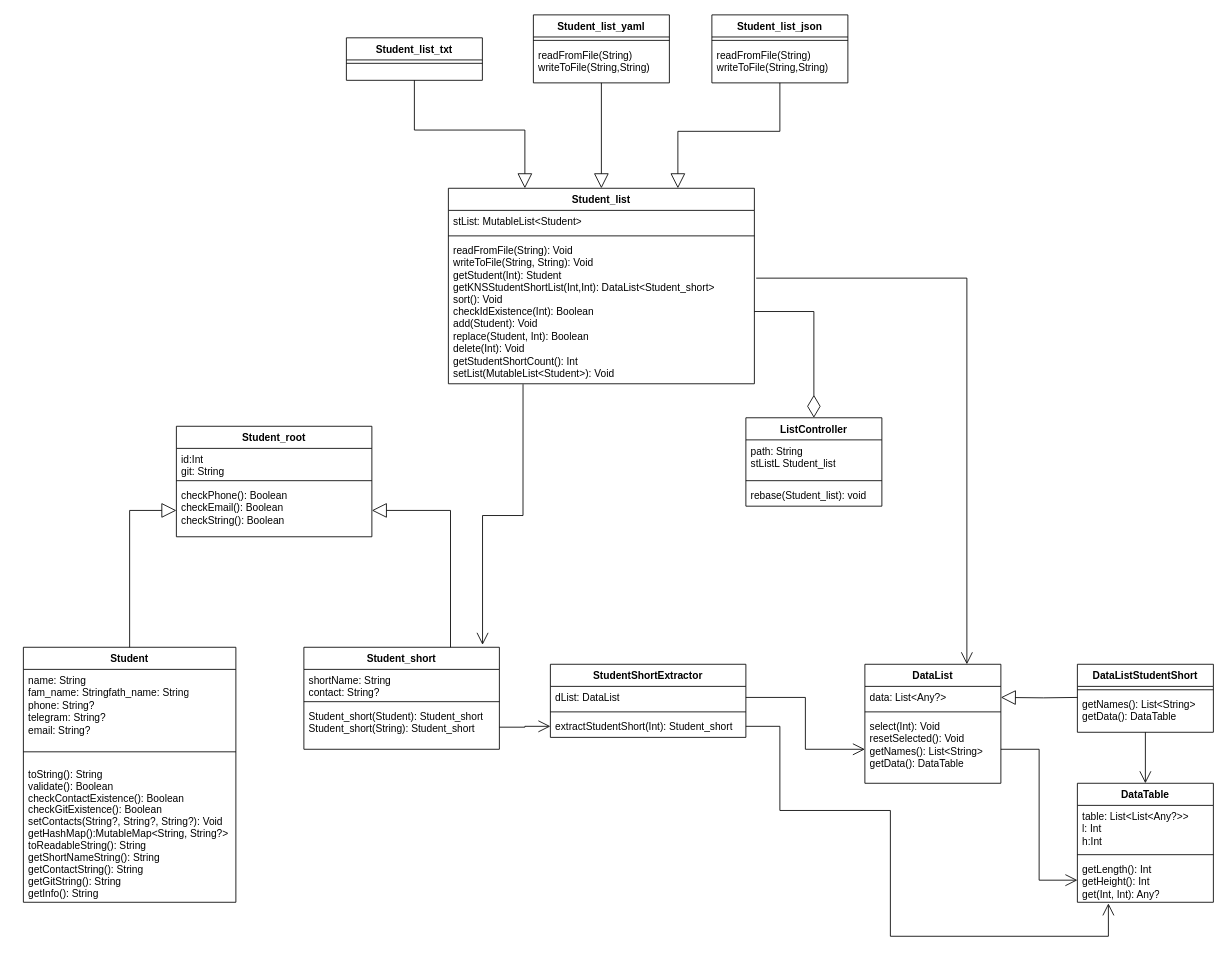
The draw.io diagram Diagram.drawio in Nakoren/Study-patterns, before the edit. Source tidied: cells renumbered, new cells numbered last; positions are measured from the earlier drawing's top-left corner, leaving out a move shared by most shapes. Both pictures are drawn from the tidied source at 85%, with x=0, y=0 at pixel (23, 14).
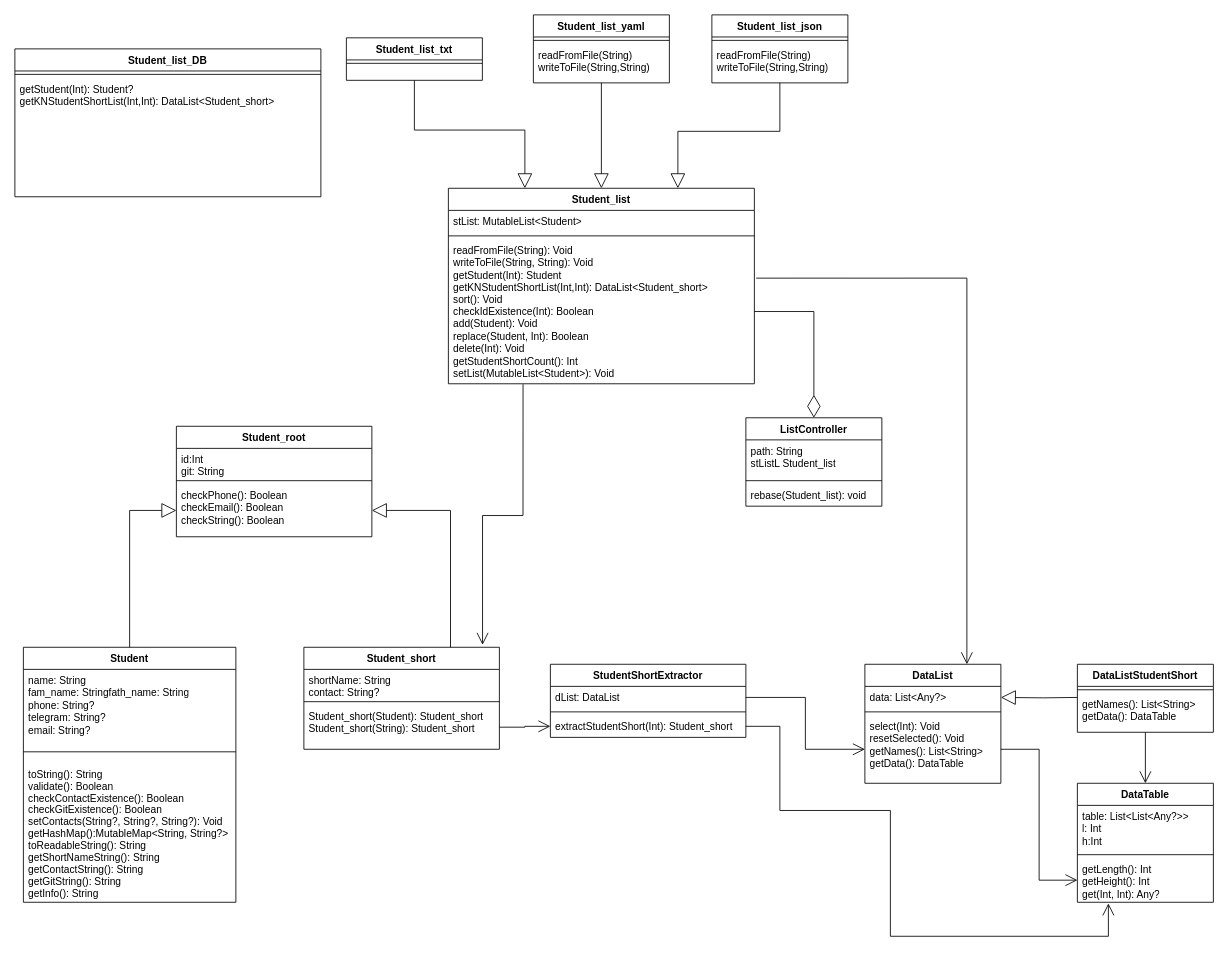
The same diagram, later.

Unchanged cells that the change refers to:
```xml
<mxCell id="42" value="Student_list" style="swimlane;fontStyle=1;align=center;verticalAlign=top;horizontal=1;startSize=26;whiteSpace=wrap;html=1;" parent="1" vertex="1">
  <mxGeometry x="500" y="204" width="360" height="230" as="geometry" />
</mxCell>
```

The edit, as a diff of the source:
```diff
@@
-    <mxCell id="45" value="readFromFile(String): Void&lt;div&gt;writeToFile(String, String): Void&lt;/div&gt;&lt;div&gt;getStudent(Int): Student&lt;/div&gt;&lt;div&gt;getKNSStudentShortList(Int,Int): DataList&amp;lt;Student_short&amp;gt;&lt;/div&gt;&lt;div&gt;sort(): Void&lt;/div&gt;&lt;div&gt;checkIdExistence(Int): Boolean&lt;/div&gt;&lt;div&gt;add(Student): Void&lt;/div&gt;&lt;div&gt;replace(Student, Int): Boolean&lt;/div&gt;&lt;div&gt;delete(Int): Void&lt;/div&gt;&lt;div&gt;getStudentShortCount(): Int&lt;/div&gt;&lt;div&gt;setList(MutableList&amp;lt;Student&amp;gt;): Void&lt;/div&gt;&lt;div&gt;&lt;br&gt;&lt;/div&gt;" style="text;strokeColor=none;fillColor=none;align=left;verticalAlign=top;spacingLeft=4;spacingRight=4;overflow=hidden;points=[[0,0.5],[1,0.5]];portConstraint=eastwest;whiteSpace=wrap;html=1;" parent="42" vertex="1">
+    <mxCell id="45" value="readFromFile(String): Void&lt;div&gt;writeToFile(String, String): Void&lt;/div&gt;&lt;div&gt;getStudent(Int): Student&lt;/div&gt;&lt;div&gt;getKNStudentShortList(Int,Int): DataList&amp;lt;Student_short&amp;gt;&lt;/div&gt;&lt;div&gt;sort(): Void&lt;/div&gt;&lt;div&gt;checkIdExistence(Int): Boolean&lt;/div&gt;&lt;div&gt;add(Student): Void&lt;/div&gt;&lt;div&gt;replace(Student, Int): Boolean&lt;/div&gt;&lt;div&gt;delete(Int): Void&lt;/div&gt;&lt;div&gt;getStudentShortCount(): Int&lt;/div&gt;&lt;div&gt;setList(MutableList&amp;lt;Student&amp;gt;): Void&lt;/div&gt;&lt;div&gt;&lt;br&gt;&lt;/div&gt;" style="text;strokeColor=none;fillColor=none;align=left;verticalAlign=top;spacingLeft=4;spacingRight=4;overflow=hidden;points=[[0,0.5],[1,0.5]];portConstraint=eastwest;whiteSpace=wrap;html=1;" parent="42" vertex="1">
       <mxGeometry y="60" width="360" height="170" as="geometry" />
     </mxCell>
@@
+    <mxCell id="60" value="Student_list_DB" style="swimlane;fontStyle=1;align=center;verticalAlign=top;horizontal=1;startSize=26;whiteSpace=wrap;html=1;" parent="1" vertex="1">
+      <mxGeometry x="-10" y="40" width="360" height="174" as="geometry" />
+    </mxCell>
+    <mxCell id="61" style="line;strokeWidth=1;fillColor=none;align=left;verticalAlign=middle;spacingTop=-1;spacingLeft=3;spacingRight=3;labelPosition=right;strokeColor=inherit;" parent="60" vertex="1">
+      <mxGeometry y="26" width="360" height="8" as="geometry" />
+    </mxCell>
+    <mxCell id="62" value="&lt;div&gt;getStudent(Int): Student?&lt;/div&gt;&lt;div&gt;&lt;span style=&quot;background-color: initial;&quot;&gt;getKNStudentShortList(Int,Int): DataList&amp;lt;Student_short&amp;gt;&lt;/span&gt;&lt;/div&gt;&lt;div&gt;&lt;span style=&quot;background-color: initial; white-space: pre;&quot;&gt;&#9;&lt;/span&gt;&lt;/div&gt;" style="text;strokeColor=none;fillColor=none;align=left;verticalAlign=top;spacingLeft=4;spacingRight=4;overflow=hidden;whiteSpace=wrap;html=1;" parent="60" vertex="1">
+      <mxGeometry y="34" width="360" height="140" as="geometry" />
+    </mxCell>
```
